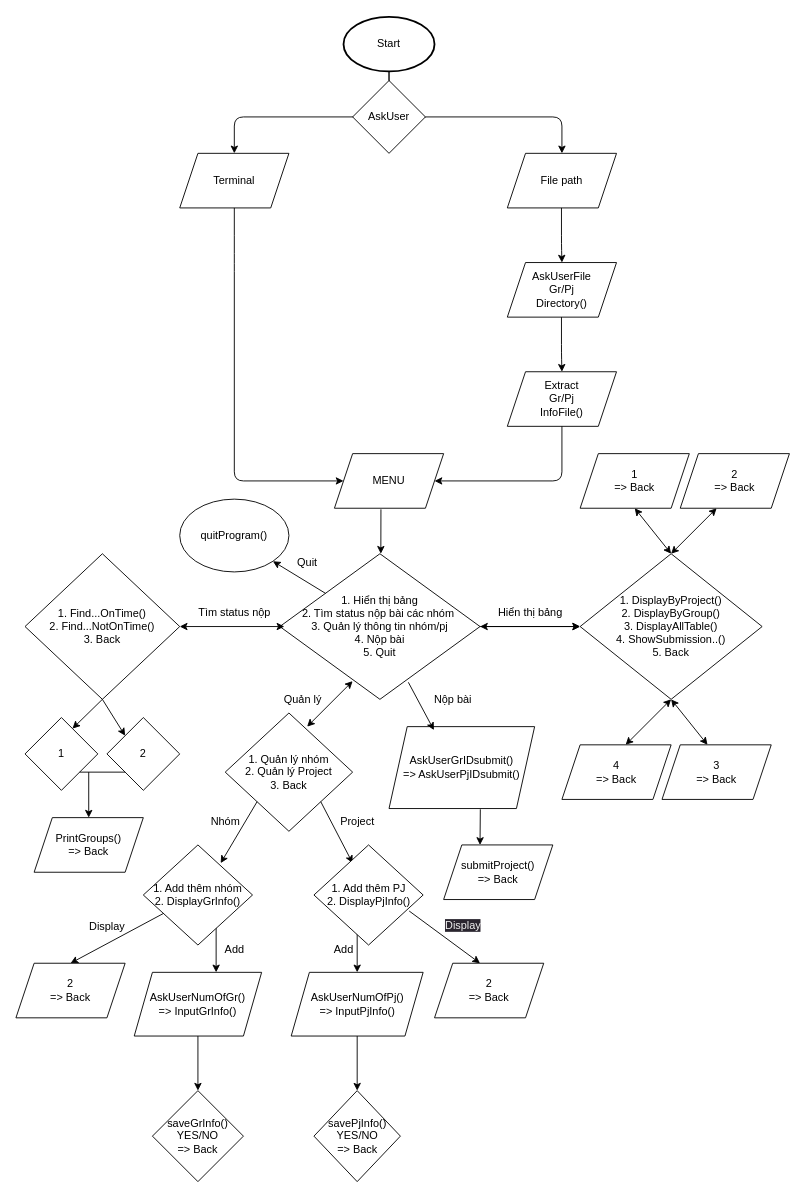
Earlier version of the draw.io diagram Design/Main_Func.drawio (SadNguyen2107/CS256_Part1). Source tidied: cells renumbered, new cells numbered last; positions are measured from the earlier drawing's top-left corner, leaving out a move shared by most shapes. Both pictures are drawn from the tidied source at 91%, with x=0, y=0 at pixel (15, 16).
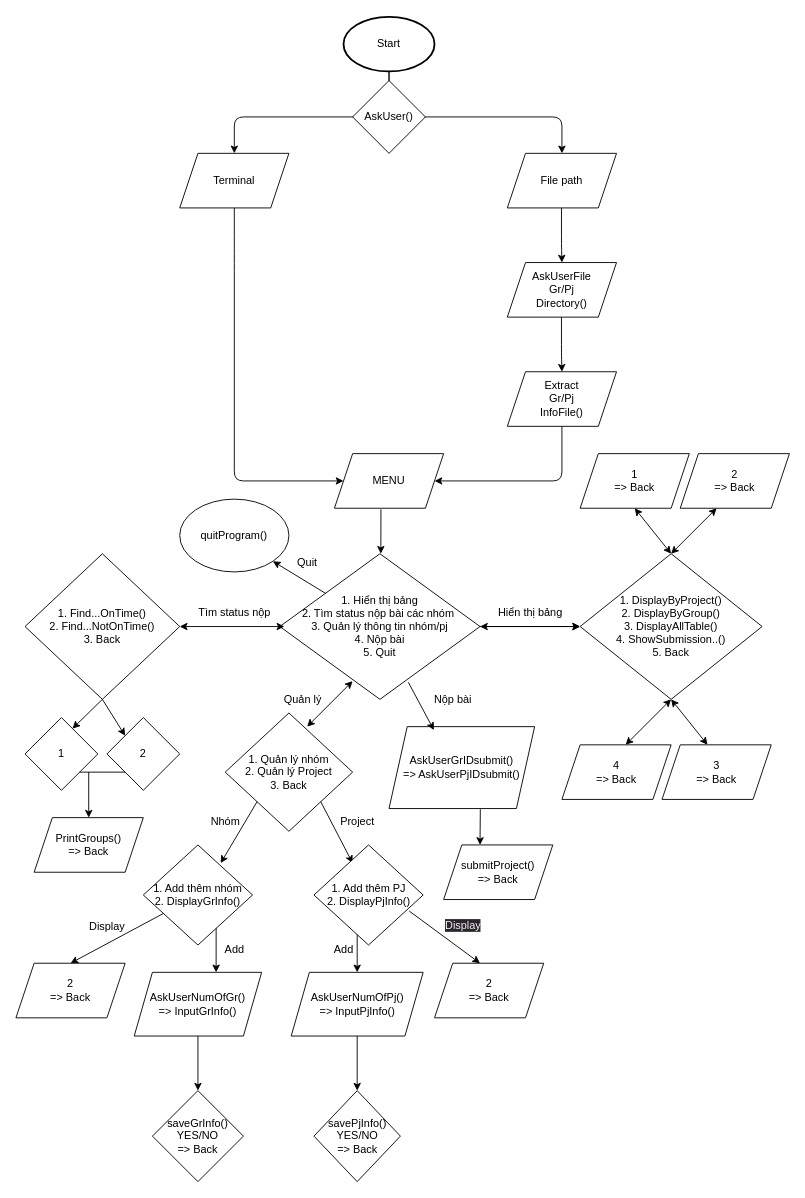
The same diagram, later.

Commit message (it also covers changes not shown here):
Add Flow Chart

What changed in the source:
```diff
@@
-    <mxCell id="9" value="AskUser" style="rhombus;whiteSpace=wrap;html=1;" parent="1" vertex="1">
+    <mxCell id="9" value="AskUser()" style="rhombus;whiteSpace=wrap;html=1;" parent="1" vertex="1">
       <mxGeometry x="370" y="70" width="80" height="80" as="geometry" />
     </mxCell>
```
